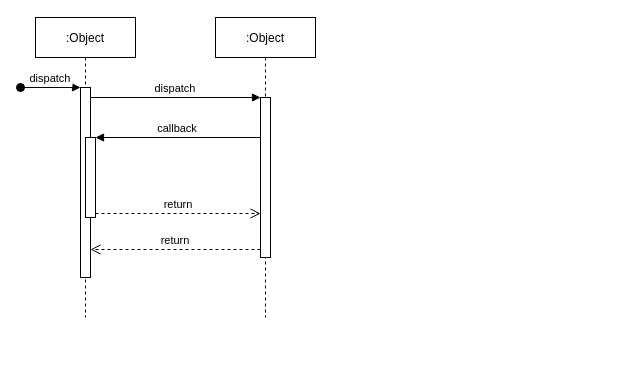
Before: argos_logging.drawio in lundybernard/white-board, a draw.io diagram. Source tidied: cells renumbered, new cells numbered last; positions are measured from the earlier drawing's top-left corner, leaving out a move shared by most shapes. Both pictures are drawn from the tidied source at 100%, with x=0, y=0 at pixel (20, 17).
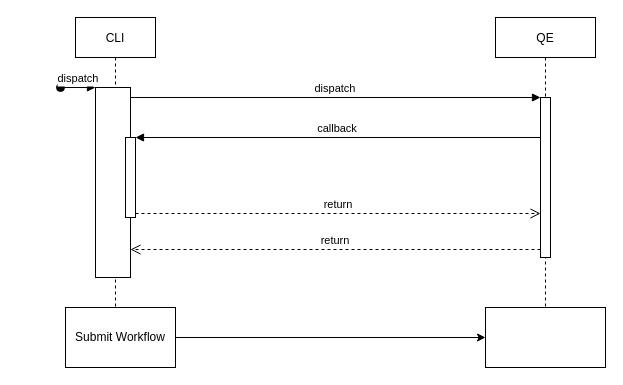
The same page after the edit.

The edit, as a diff of the source:
```diff
@@
 <mxGraphModel>
   <root>
     <mxCell id="0" />
     <mxCell id="1" parent="0" />
+    <mxCell id="12" style="edgeStyle=orthogonalEdgeStyle;rounded=0;jettySize=auto;html=1;" parent="1" edge="1" source="2" target="14">
+      <mxGeometry relative="1" as="geometry" />
+    </mxCell>
-    <mxCell id="2" value=":Object" style="shape=umlLifeline;perimeter=lifelinePerimeter;rounded=0;shadow=0;strokeWidth=1;" parent="1" vertex="1">
-      <mxGeometry x="15" width="100" height="300" as="geometry" />
+    <mxCell id="2" value="CLI" style="shape=umlLifeline;perimeter=lifelinePerimeter;rounded=0;shadow=0;strokeWidth=1;" parent="1" vertex="1">
+      <mxGeometry x="55" width="80" height="300" as="geometry" />
     </mxCell>
     <mxCell id="3" style="points=[];perimeter=orthogonalPerimeter;rounded=0;shadow=0;strokeWidth=1;" parent="2" vertex="1">
-      <mxGeometry x="45" y="70" width="10" height="190" as="geometry" />
+      <mxGeometry x="20" y="70" width="35" height="190" as="geometry" />
     </mxCell>
     <mxCell id="4" value="dispatch" style="verticalAlign=bottom;startArrow=oval;endArrow=block;startSize=8;shadow=0;strokeWidth=1;" parent="2" edge="1" target="3">
       <mxGeometry relative="1" as="geometry">
         <mxPoint x="-15" y="70" as="sourcePoint" />
       </mxGeometry>
     </mxCell>
     <mxCell id="5" style="points=[];perimeter=orthogonalPerimeter;rounded=0;shadow=0;strokeWidth=1;" parent="2" vertex="1">
       <mxGeometry x="50" y="120" width="10" height="80" as="geometry" />
     </mxCell>
-    <mxCell id="6" value=":Object" style="shape=umlLifeline;perimeter=lifelinePerimeter;rounded=0;shadow=0;strokeWidth=1;" parent="1" vertex="1">
-      <mxGeometry x="195" width="100" height="300" as="geometry" />
+    <mxCell id="6" value="QE" style="shape=umlLifeline;perimeter=lifelinePerimeter;rounded=0;shadow=0;strokeWidth=1;" parent="1" vertex="1">
+      <mxGeometry x="475" width="100" height="300" as="geometry" />
     </mxCell>
     <mxCell id="7" style="points=[];perimeter=orthogonalPerimeter;rounded=0;shadow=0;strokeWidth=1;" parent="6" vertex="1">
       <mxGeometry x="45" y="80" width="10" height="160" as="geometry" />
     </mxCell>
     <mxCell id="8" value="return" style="verticalAlign=bottom;endArrow=open;dashed=1;endSize=8;exitX=0;exitY=0.95;shadow=0;strokeWidth=1;" parent="1" edge="1" source="7" target="3">
       <mxGeometry relative="1" as="geometry" />
     </mxCell>
     <mxCell id="9" value="dispatch" style="verticalAlign=bottom;endArrow=block;entryX=0;entryY=0;shadow=0;strokeWidth=1;" parent="1" edge="1" source="3" target="7">
       <mxGeometry relative="1" as="geometry" />
     </mxCell>
     <mxCell id="10" value="callback" style="verticalAlign=bottom;endArrow=block;entryX=1;entryY=0;shadow=0;strokeWidth=1;" parent="1" edge="1" source="7" target="5">
       <mxGeometry relative="1" as="geometry" />
     </mxCell>
     <mxCell id="11" value="return" style="verticalAlign=bottom;endArrow=open;dashed=1;endSize=8;exitX=1;exitY=0.95;shadow=0;strokeWidth=1;" parent="1" edge="1" source="5" target="7">
       <mxGeometry relative="1" as="geometry" />
     </mxCell>
+    <mxCell id="13" style="edgeStyle=orthogonalEdgeStyle;rounded=0;jettySize=auto;html=1;" parent="1" edge="1" source="14" target="15">
+      <mxGeometry relative="1" as="geometry" />
+    </mxCell>
+    <mxCell id="14" value="Submit Workflow" style="rounded=0;whiteSpace=wrap;html=1;" parent="1" vertex="1">
+      <mxGeometry x="45" y="290" width="110" height="60" as="geometry" />
+    </mxCell>
+    <mxCell id="15" style="whiteSpace=wrap;html=1;rounded=0;" parent="1" vertex="1">
+      <mxGeometry x="465" y="290" width="120" height="60" as="geometry" />
+    </mxCell>
   </root>
 </mxGraphModel>
```
